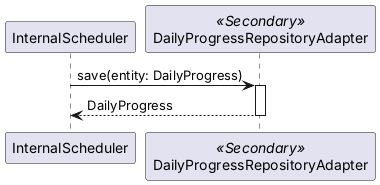
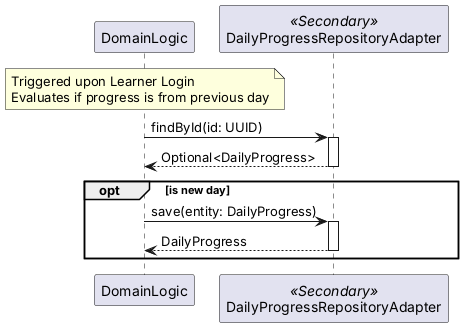
@startuml sys-vocabest-core-api-midnight-reset-of-daily-progress

!pragma layout smetana
skinparam defaultFontName Inter

- participant "InternalScheduler" as Scheduler
+ participant "DomainLogic" as Domain
participant "DailyProgressRepositoryAdapter" as SecondaryAdapter <<Secondary>>

- Scheduler -> SecondaryAdapter : save(entity: DailyProgress)
+ note over Domain: Triggered upon Learner Login\nEvaluates if progress is from previous day
+ 
+ Domain -> SecondaryAdapter : findById(id: UUID)
activate SecondaryAdapter
- SecondaryAdapter --> Scheduler : DailyProgress
+ SecondaryAdapter --> Domain : Optional<DailyProgress>
deactivate SecondaryAdapter

+ opt is new day
+     Domain -> SecondaryAdapter : save(entity: DailyProgress)
+     activate SecondaryAdapter
+     SecondaryAdapter --> Domain : DailyProgress
+     deactivate SecondaryAdapter
+ end
+ 
@enduml
